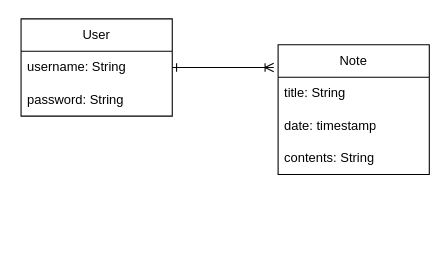
Before: smallprojectUMLexample.drawio in micahsellis/UMLs, a draw.io diagram. Source tidied: cells renumbered, new cells numbered last; positions are measured from the earlier drawing's top-left corner, leaving out a move shared by most shapes. Both pictures are drawn from the tidied source at 108%, with x=0, y=0 at pixel (21, 18).
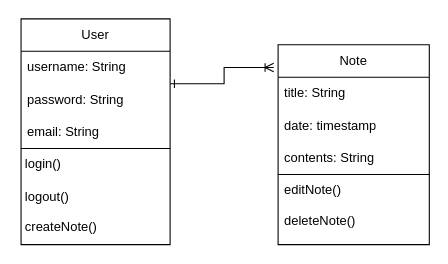
After the change.

Change to the diagram source:
```diff
@@
 <mxGraphModel>
   <root>
     <mxCell id="0" />
     <mxCell id="1" parent="0" />
     <mxCell id="2" style="edgeStyle=orthogonalEdgeStyle;rounded=0;jettySize=auto;html=1;entryX=-0.029;entryY=0.175;entryDx=0;entryDy=0;entryPerimeter=0;endArrow=ERoneToMany;endFill=0;strokeColor=default;startArrow=ERone;startFill=0;" parent="1" edge="1" source="3" target="6">
       <mxGeometry relative="1" as="geometry" />
     </mxCell>
     <mxCell id="3" value="User" style="swimlane;fontStyle=0;horizontal=1;startSize=30;whiteSpace=wrap;html=1;" parent="1" vertex="1">
-      <mxGeometry width="140" height="90" as="geometry" />
+      <mxGeometry width="138" height="120" as="geometry" />
     </mxCell>
     <mxCell id="4" value="username: String" style="text;strokeColor=none;fillColor=none;align=left;verticalAlign=middle;spacingLeft=4;spacingRight=4;overflow=hidden;whiteSpace=wrap;html=1;" parent="3" vertex="1">
-      <mxGeometry y="30" width="140" height="30" as="geometry" />
+      <mxGeometry y="30" width="138" height="30" as="geometry" />
     </mxCell>
     <mxCell id="5" value="password: String" style="text;strokeColor=none;fillColor=none;align=left;verticalAlign=middle;spacingLeft=4;spacingRight=4;overflow=hidden;whiteSpace=wrap;html=1;" parent="3" vertex="1">
-      <mxGeometry y="60" width="140" height="30" as="geometry" />
+      <mxGeometry y="60" width="138" height="30" as="geometry" />
     </mxCell>
+    <mxCell id="10" value="email: String" style="text;strokeColor=none;fillColor=none;align=left;verticalAlign=middle;spacingLeft=4;spacingRight=4;overflow=hidden;whiteSpace=wrap;html=1;" parent="3" vertex="1">
+      <mxGeometry y="90" width="138" height="30" as="geometry" />
+    </mxCell>
     <mxCell id="6" value="Note" style="swimlane;fontStyle=0;horizontal=1;startSize=30;whiteSpace=wrap;html=1;" parent="1" vertex="1">
       <mxGeometry x="238" y="24" width="140" height="120" as="geometry" />
     </mxCell>
     <mxCell id="7" value="title: String" style="text;strokeColor=none;fillColor=none;align=left;verticalAlign=middle;spacingLeft=4;spacingRight=4;overflow=hidden;whiteSpace=wrap;html=1;" parent="6" vertex="1">
       <mxGeometry y="30" width="140" height="30" as="geometry" />
     </mxCell>
     <mxCell id="8" value="date: timestamp" style="text;strokeColor=none;fillColor=none;align=left;verticalAlign=middle;spacingLeft=4;spacingRight=4;overflow=hidden;whiteSpace=wrap;html=1;" parent="6" vertex="1">
       <mxGeometry y="60" width="140" height="30" as="geometry" />
     </mxCell>
     <mxCell id="9" value="contents: String" style="text;strokeColor=none;fillColor=none;align=left;verticalAlign=middle;spacingLeft=4;spacingRight=4;overflow=hidden;whiteSpace=wrap;html=1;" parent="6" vertex="1">
       <mxGeometry y="90" width="140" height="30" as="geometry" />
     </mxCell>
+    <mxCell id="11" style="swimlane;startSize=0;" parent="1" vertex="1">
+      <mxGeometry y="120" width="138" height="89" as="geometry" />
+    </mxCell>
+    <mxCell id="12" value="login()" style="text;strokeColor=none;fillColor=none;align=left;verticalAlign=middle;spacingLeft=4;spacingRight=4;overflow=hidden;whiteSpace=wrap;html=1;" parent="11" vertex="1">
+      <mxGeometry x="-2" width="140" height="30" as="geometry" />
+    </mxCell>
+    <mxCell id="13" value="logout()" style="text;strokeColor=none;fillColor=none;align=left;verticalAlign=middle;spacingLeft=4;spacingRight=4;overflow=hidden;whiteSpace=wrap;html=1;" parent="11" vertex="1">
+      <mxGeometry x="-2" y="30" width="140" height="30" as="geometry" />
+    </mxCell>
+    <mxCell id="14" value="createNote()" style="text;strokeColor=none;fillColor=none;align=left;verticalAlign=middle;spacingLeft=4;spacingRight=4;overflow=hidden;whiteSpace=wrap;html=1;" parent="1" vertex="1">
+      <mxGeometry x="-2" y="178" width="140" height="30" as="geometry" />
+    </mxCell>
+    <mxCell id="15" style="swimlane;startSize=0;" parent="1" vertex="1">
+      <mxGeometry x="238" y="144" width="140" height="65" as="geometry" />
+    </mxCell>
+    <mxCell id="16" value="editNote()" style="text;strokeColor=none;fillColor=none;align=left;verticalAlign=middle;spacingLeft=4;spacingRight=4;overflow=hidden;whiteSpace=wrap;html=1;" parent="15" vertex="1">
+      <mxGeometry width="140" height="30" as="geometry" />
+    </mxCell>
+    <mxCell id="17" value="deleteNote()" style="text;strokeColor=none;fillColor=none;align=left;verticalAlign=middle;spacingLeft=4;spacingRight=4;overflow=hidden;whiteSpace=wrap;html=1;" parent="15" vertex="1">
+      <mxGeometry y="28" width="140" height="30" as="geometry" />
+    </mxCell>
   </root>
 </mxGraphModel>
```
